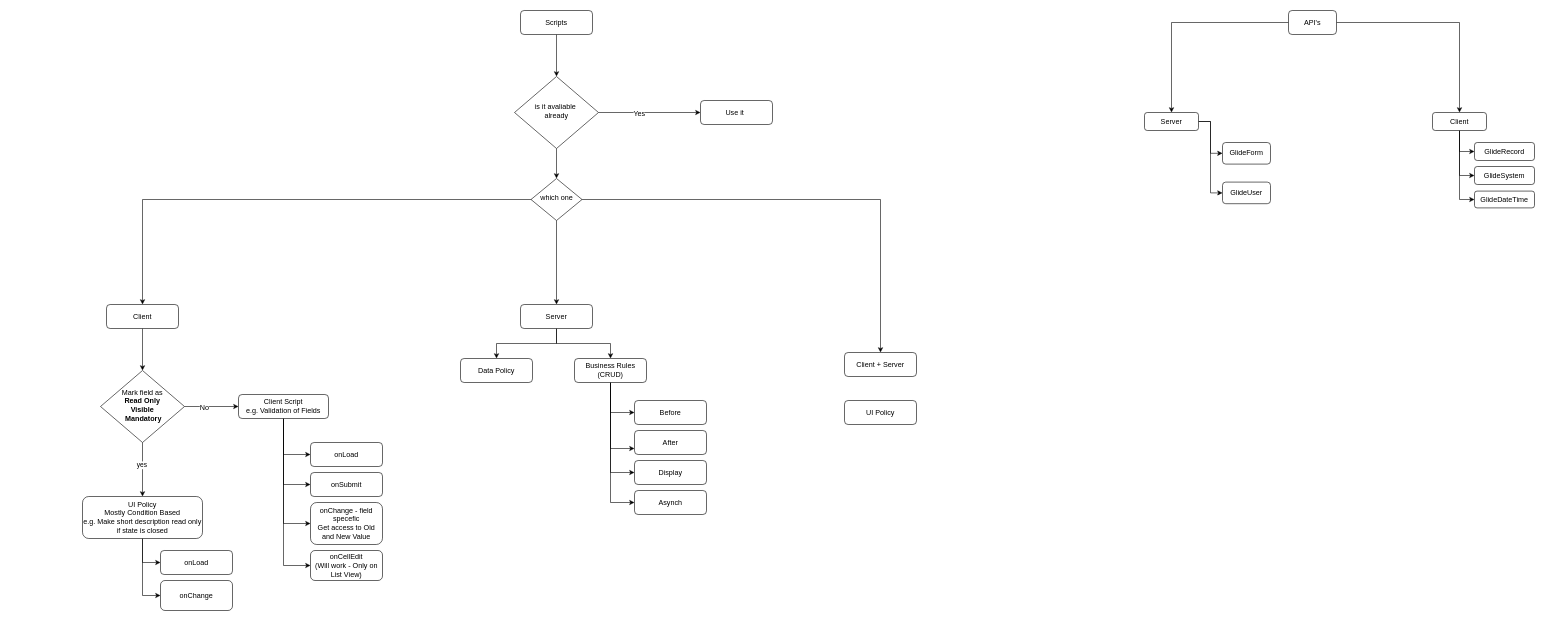
Above: others/Untitled Diagram.drawio in sanket9006/bluepineapple-traning (draw.io), before the change. Source tidied: cells renumbered, new cells numbered last; positions are measured from the earlier drawing's top-left corner, leaving out a move shared by most shapes. Both pictures are drawn from the tidied source at 60%, with x=0, y=0 at pixel (82, 10).
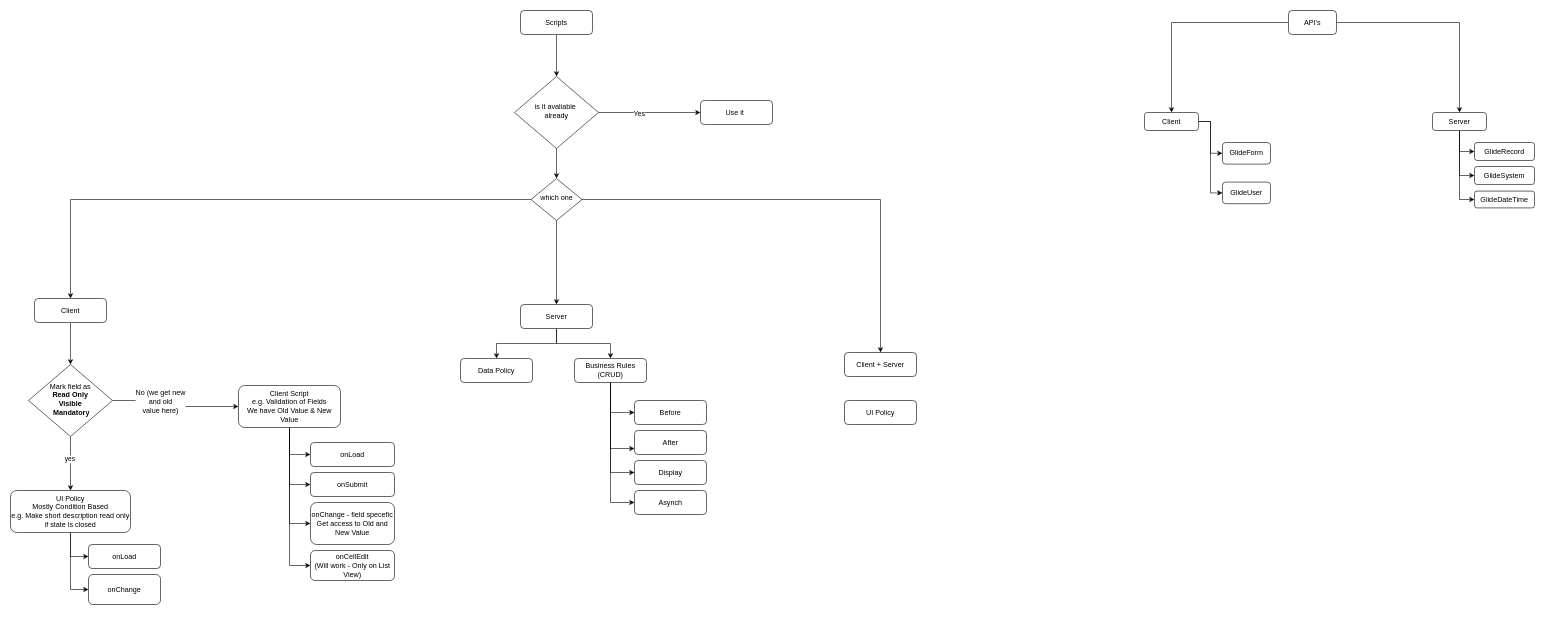
The same diagram, later.

The change refers to these unchanged cells:
```xml
<mxCell id="31" style="edgeStyle=orthogonalEdgeStyle;rounded=0;jettySize=auto;html=1;entryX=0;entryY=0.5;entryDx=0;entryDy=0;fontSize=12;" parent="1" edge="1" source="33" target="24">
  <mxGeometry relative="1" as="geometry" />
</mxCell>
```

The edit, as a diff of the source:
```diff
@@
     <mxCell id="16" value="Client" style="rounded=1;whiteSpace=wrap;html=1;fontSize=12;glass=0;strokeWidth=1;shadow=0;" parent="1" vertex="1">
-      <mxGeometry x="40" y="490" width="120" height="40" as="geometry" />
+      <mxGeometry x="-80" y="480" width="120" height="40" as="geometry" />
     </mxCell>
@@
     <mxCell id="19" value="UI Policy&lt;br&gt;Mostly Condition Based&lt;br&gt;e.g. Make short description read only if state is closed" style="rounded=1;whiteSpace=wrap;html=1;fontSize=12;glass=0;strokeWidth=1;shadow=0;" parent="1" vertex="1">
-      <mxGeometry y="810" width="200" height="70" as="geometry" />
+      <mxGeometry x="-120" y="800" width="200" height="70" as="geometry" />
     </mxCell>
@@
-    <mxCell id="24" value="Client Script&lt;br&gt;e.g. Validation of Fields" style="rounded=1;whiteSpace=wrap;html=1;fontSize=12;glass=0;strokeWidth=1;shadow=0;" parent="1" vertex="1">
-      <mxGeometry x="260" y="640" width="150" height="40" as="geometry" />
+    <mxCell id="24" value="Client Script&lt;br&gt;e.g. Validation of Fields&lt;br&gt;We have Old Value &amp;amp; New Value" style="rounded=1;whiteSpace=wrap;html=1;fontSize=12;glass=0;strokeWidth=1;shadow=0;" parent="1" vertex="1">
+      <mxGeometry x="260" y="625" width="170" height="70" as="geometry" />
     </mxCell>
@@
-    <mxCell id="32" value="No" style="edgeLabel;html=1;align=center;verticalAlign=middle;fontSize=12;" parent="31" vertex="1">
+    <mxCell id="32" value="No (we get new &lt;br&gt;and old &lt;br&gt;value here)" style="edgeLabel;html=1;align=center;verticalAlign=middle;fontSize=12;" parent="31" vertex="1">
       <mxGeometry x="-0.28" y="-1" relative="1" as="geometry" />
     </mxCell>
     <mxCell id="33" value="Mark field as&lt;br style=&quot;font-size: 12px&quot;&gt;&lt;b&gt;Read Only&lt;br style=&quot;font-size: 12px&quot;&gt;Visible&lt;br style=&quot;font-size: 12px&quot;&gt;&amp;nbsp;Mandatory&lt;/b&gt;" style="rhombus;whiteSpace=wrap;html=1;shadow=0;fontFamily=Helvetica;fontSize=12;align=center;strokeWidth=1;spacing=6;spacingTop=-4;sketch=0;" parent="1" vertex="1">
-      <mxGeometry x="30" y="600" width="140" height="120" as="geometry" />
+      <mxGeometry x="-90" y="590" width="140" height="120" as="geometry" />
     </mxCell>
@@
     <mxCell id="43" value="onSubmit" style="rounded=1;whiteSpace=wrap;html=1;fontSize=12;glass=0;strokeWidth=1;shadow=0;" parent="1" vertex="1">
-      <mxGeometry x="380" y="770" width="120" height="40" as="geometry" />
+      <mxGeometry x="380" y="770" width="140" height="40" as="geometry" />
     </mxCell>
     <mxCell id="44" value="onLoad" style="rounded=1;whiteSpace=wrap;html=1;fontSize=12;glass=0;strokeWidth=1;shadow=0;" parent="1" vertex="1">
-      <mxGeometry x="380" y="720" width="120" height="40" as="geometry" />
+      <mxGeometry x="380" y="720" width="140" height="40" as="geometry" />
     </mxCell>
     <mxCell id="45" value="onCellEdit&lt;br&gt;(Will work - Only on List View)" style="rounded=1;whiteSpace=wrap;html=1;fontSize=12;glass=0;strokeWidth=1;shadow=0;" parent="1" vertex="1">
-      <mxGeometry x="380" y="900" width="120" height="50" as="geometry" />
+      <mxGeometry x="380" y="900" width="140" height="50" as="geometry" />
     </mxCell>
     <mxCell id="46" value="onChange - field specefic&lt;br&gt;Get access to Old and New Value" style="rounded=1;whiteSpace=wrap;html=1;fontSize=12;glass=0;strokeWidth=1;shadow=0;" parent="1" vertex="1">
-      <mxGeometry x="380" y="820" width="120" height="70" as="geometry" />
+      <mxGeometry x="380" y="820" width="140" height="70" as="geometry" />
     </mxCell>
     <mxCell id="47" value="onLoad" style="rounded=1;whiteSpace=wrap;html=1;fontSize=12;glass=0;strokeWidth=1;shadow=0;" parent="1" vertex="1">
-      <mxGeometry x="130" y="900" width="120" height="40" as="geometry" />
+      <mxGeometry x="10" y="890" width="120" height="40" as="geometry" />
     </mxCell>
     <mxCell id="48" value="onChange" style="rounded=1;whiteSpace=wrap;html=1;fontSize=12;glass=0;strokeWidth=1;shadow=0;" parent="1" vertex="1">
-      <mxGeometry x="130" y="950" width="120" height="50" as="geometry" />
+      <mxGeometry x="10" y="940" width="120" height="50" as="geometry" />
     </mxCell>
@@
-    <mxCell id="55" value="Client" style="rounded=1;whiteSpace=wrap;html=1;sketch=0;fontSize=12;align=center;" parent="1" vertex="1">
+    <mxCell id="55" value="Server" style="rounded=1;whiteSpace=wrap;html=1;sketch=0;fontSize=12;align=center;" parent="1" vertex="1">
       <mxGeometry x="2250" y="170" width="90" height="30" as="geometry" />
     </mxCell>
@@
-    <mxCell id="58" value="Server" style="rounded=1;whiteSpace=wrap;html=1;sketch=0;fontSize=12;align=center;" parent="1" vertex="1">
+    <mxCell id="58" value="Client" style="rounded=1;whiteSpace=wrap;html=1;sketch=0;fontSize=12;align=center;" parent="1" vertex="1">
       <mxGeometry x="1770" y="170" width="90" height="30" as="geometry" />
     </mxCell>
```
